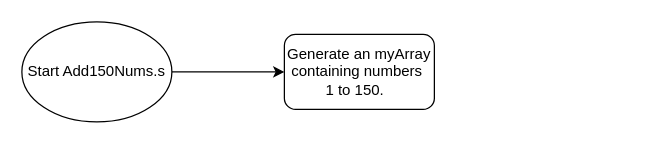
Before: ECE 255/Add150NumbersFlowChart.drawio in amirabdullahi1/gold, a draw.io diagram. Source tidied: cells renumbered, new cells numbered last; positions are measured from the earlier drawing's top-left corner, leaving out a move shared by most shapes. Both pictures are drawn from the tidied source at 125%, with x=0, y=0 at pixel (21, 21).
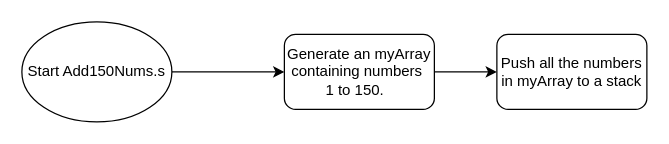
The same page after the edit.

Change to the diagram source:
```diff
@@
 <mxGraphModel>
   <root>
     <mxCell id="0" />
     <mxCell id="1" parent="0" />
     <mxCell id="2" style="edgeStyle=orthogonalEdgeStyle;rounded=0;jettySize=auto;html=1;entryX=0;entryY=0.5;entryDx=0;entryDy=0;" parent="1" edge="1" source="3" target="4">
       <mxGeometry relative="1" as="geometry" />
     </mxCell>
     <mxCell id="3" value="Start Add150Nums.s" style="ellipse;whiteSpace=wrap;html=1;" parent="1" vertex="1">
       <mxGeometry width="120" height="80" as="geometry" />
     </mxCell>
+    <mxCell id="5" style="edgeStyle=orthogonalEdgeStyle;rounded=0;jettySize=auto;html=1;" parent="1" edge="1" source="4" target="6">
+      <mxGeometry relative="1" as="geometry" />
+    </mxCell>
     <mxCell id="4" value="Generate an myArray containing numbers&amp;nbsp;&lt;div&gt;1 to 150.&amp;nbsp;&amp;nbsp;&lt;/div&gt;" style="rounded=1;whiteSpace=wrap;html=1;" parent="1" vertex="1">
       <mxGeometry x="210" y="10" width="120" height="60" as="geometry" />
     </mxCell>
+    <mxCell id="6" value="Push all the numbers in myArray to a stack" style="rounded=1;whiteSpace=wrap;html=1;" parent="1" vertex="1">
+      <mxGeometry x="380" y="10" width="120" height="60" as="geometry" />
+    </mxCell>
   </root>
 </mxGraphModel>
```
